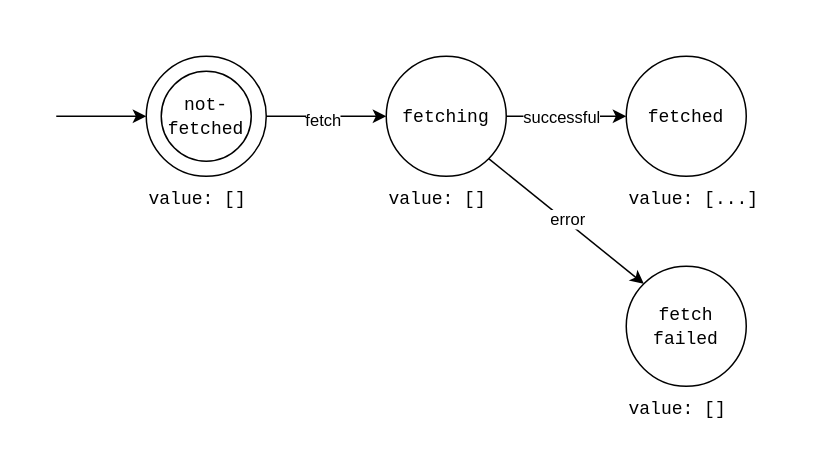
Above: assets/example-fetch-machine.drawio in s0h311/signal-state-machine (draw.io), before the change. Source tidied: cells renumbered, new cells numbered last; positions are measured from the earlier drawing's top-left corner, leaving out a move shared by most shapes. Both pictures are drawn from the tidied source at 150%, with x=0, y=0 at pixel (26, 26).
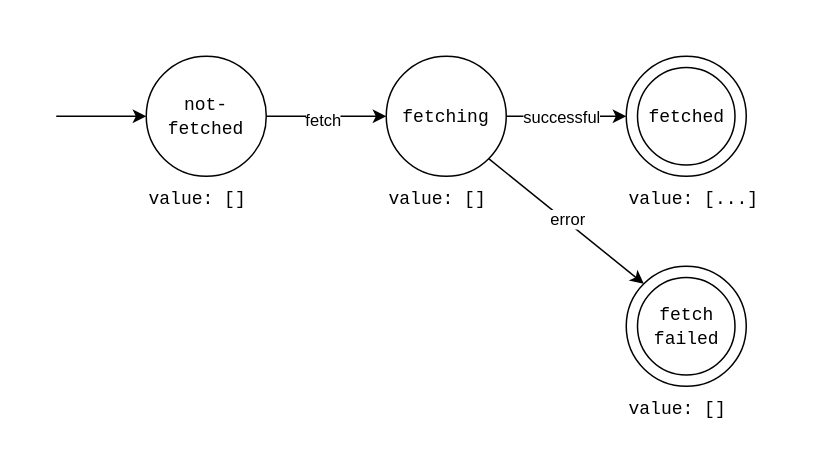
Above is the later version.

Change to the diagram source:
```diff
@@
-    <mxCell id="3" style="ellipse;whiteSpace=wrap;html=1;" parent="1" vertex="1">
-      <mxGeometry x="80" y="20" width="80" height="80" as="geometry" />
-    </mxCell>
     <mxCell id="4" value="&lt;font face=&quot;Courier New&quot;&gt;not-fetched&lt;br&gt;&lt;/font&gt;" style="ellipse;whiteSpace=wrap;html=1;" parent="1" vertex="1">
-      <mxGeometry x="90" y="30" width="60" height="60" as="geometry" />
+      <mxGeometry x="80" y="20" width="80" height="80" as="geometry" />
     </mxCell>
-    <mxCell id="5" style="endArrow=classic;html=1;rounded=0;entryX=0;entryY=0.5;entryDx=0;entryDy=0;" parent="1" edge="1" target="3">
+    <mxCell id="5" style="endArrow=classic;html=1;rounded=0;entryX=0;entryY=0.5;entryDx=0;entryDy=0;" parent="1" edge="1">
       <mxGeometry relative="1" as="geometry">
         <mxPoint x="20" y="60" as="sourcePoint" />
+        <mxPoint x="80" y="60" as="targetPoint" />
       </mxGeometry>
     </mxCell>
@@
-    <mxCell id="15" value="&lt;font face=&quot;Courier New&quot;&gt;fetched&lt;/font&gt;" style="ellipse;whiteSpace=wrap;html=1;" parent="1" vertex="1">
+    <mxCell id="15" style="ellipse;whiteSpace=wrap;html=1;" parent="1" vertex="1">
       <mxGeometry x="400" y="20" width="80" height="80" as="geometry" />
     </mxCell>
@@
-    <mxCell id="17" value="&lt;font face=&quot;Courier New&quot;&gt;fetch failed&lt;/font&gt;" style="ellipse;whiteSpace=wrap;html=1;" parent="1" vertex="1">
+    <mxCell id="17" style="ellipse;whiteSpace=wrap;html=1;" parent="1" vertex="1">
       <mxGeometry x="400" y="160" width="80" height="80" as="geometry" />
     </mxCell>
@@
+    <mxCell id="19" value="&lt;font face=&quot;Courier New&quot;&gt;fetch failed&lt;/font&gt;" style="ellipse;whiteSpace=wrap;html=1;" parent="1" vertex="1">
+      <mxGeometry x="407.5" y="167.5" width="65" height="65" as="geometry" />
+    </mxCell>
+    <mxCell id="20" value="&lt;font face=&quot;Courier New&quot;&gt;fetched&lt;/font&gt;" style="ellipse;whiteSpace=wrap;html=1;" parent="1" vertex="1">
+      <mxGeometry x="407.5" y="27.5" width="65" height="65" as="geometry" />
+    </mxCell>
```
